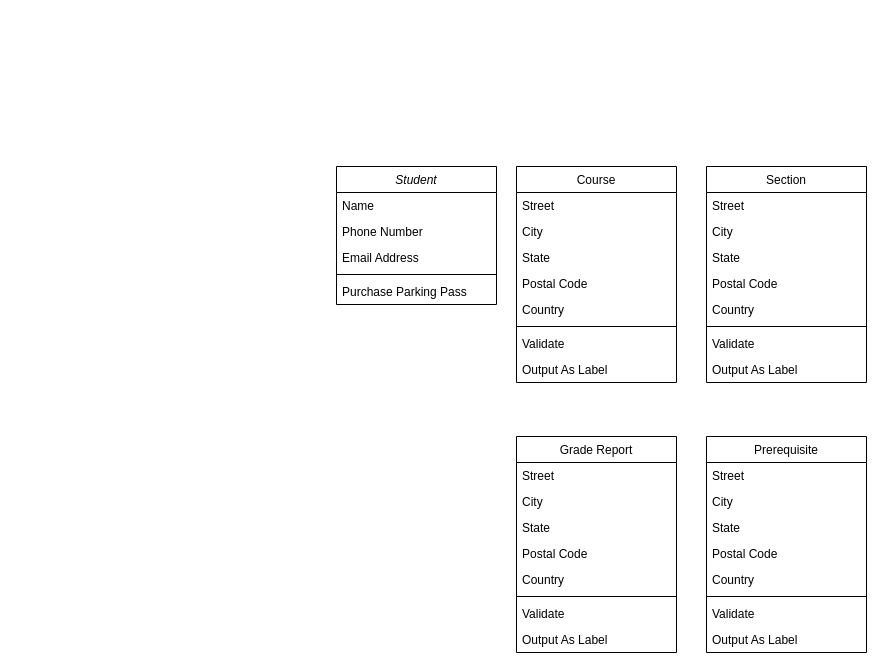
This is Lab One.drawio from seanjedi/comp-163-database-design-class, a draw.io file, before an edit. Source tidied: cells renumbered, new cells numbered last; positions are measured from the earlier drawing's top-left corner, leaving out a move shared by most shapes. Both pictures are drawn from the tidied source at 100%, with x=0, y=0 at pixel (336, 166).
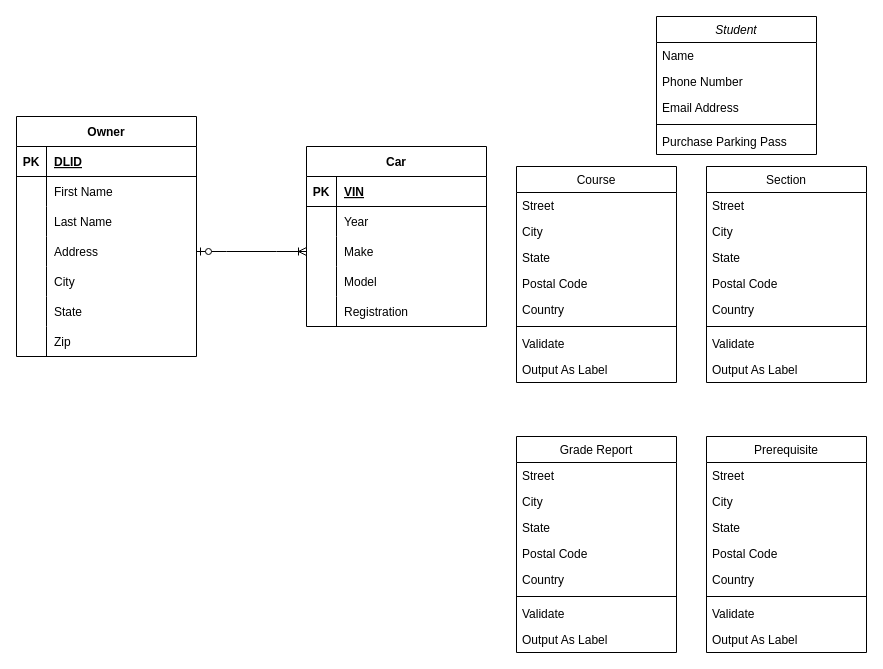
The same page after the edit.

What changed in the source:
```diff
@@
     <mxCell id="2" value="Student" style="swimlane;fontStyle=2;align=center;verticalAlign=top;horizontal=1;startSize=26;rounded=0;shadow=0;strokeWidth=1;" parent="1" vertex="1">
-      <mxGeometry width="160" height="138" as="geometry" />
+      <mxGeometry x="320" y="-150" width="160" height="138" as="geometry" />
     </mxCell>
@@
+    <mxCell id="44" value="Car" style="shape=table;startSize=30;childLayout=tableLayout;rowLines=0;fontStyle=1;align=center;" parent="1" vertex="1">
+      <mxGeometry x="-30" y="-20" width="180" height="180" as="geometry" />
+    </mxCell>
+    <mxCell id="45" style="shape=tableRow;horizontal=0;startSize=0;swimlaneHead=0;swimlaneBody=0;fillColor=none;top=0;left=0;right=0;bottom=1;" parent="44" vertex="1">
+      <mxGeometry y="30" width="180" height="30" as="geometry" />
+    </mxCell>
+    <mxCell id="46" value="PK" style="shape=partialRectangle;fillColor=none;top=0;left=0;bottom=0;right=0;fontStyle=1;overflow=hidden;" parent="45" vertex="1">
+      <mxGeometry width="30" height="30" as="geometry" />
+    </mxCell>
+    <mxCell id="47" value="VIN" style="shape=partialRectangle;fillColor=none;top=0;left=0;bottom=0;right=0;align=left;spacingLeft=6;fontStyle=5;overflow=hidden;" parent="45" vertex="1">
+      <mxGeometry x="30" width="150" height="30" as="geometry" />
+    </mxCell>
+    <mxCell id="48" style="shape=tableRow;horizontal=0;startSize=0;swimlaneHead=0;swimlaneBody=0;fillColor=none;top=0;left=0;right=0;bottom=0;" parent="44" vertex="1">
+      <mxGeometry y="60" width="180" height="30" as="geometry" />
+    </mxCell>
+    <mxCell id="49" style="shape=partialRectangle;fillColor=none;top=0;left=0;bottom=0;right=0;overflow=hidden;" parent="48" vertex="1">
+      <mxGeometry width="30" height="30" as="geometry" />
+    </mxCell>
+    <mxCell id="50" value="Year" style="shape=partialRectangle;fillColor=none;top=0;left=0;bottom=0;right=0;align=left;spacingLeft=6;overflow=hidden;" parent="48" vertex="1">
+      <mxGeometry x="30" width="150" height="30" as="geometry" />
+    </mxCell>
+    <mxCell id="51" style="shape=tableRow;horizontal=0;startSize=0;swimlaneHead=0;swimlaneBody=0;fillColor=none;points=[[0,0.5],[1,0.5]];portConstraint=eastwest;top=0;left=0;right=0;bottom=0;" parent="44" vertex="1">
+      <mxGeometry y="90" width="180" height="30" as="geometry" />
+    </mxCell>
+    <mxCell id="52" style="shape=partialRectangle;fillColor=none;top=0;left=0;bottom=0;right=0;overflow=hidden;" parent="51" vertex="1">
+      <mxGeometry width="30" height="30" as="geometry" />
+    </mxCell>
+    <mxCell id="53" value="Make" style="shape=partialRectangle;fillColor=none;top=0;left=0;bottom=0;right=0;align=left;spacingLeft=6;overflow=hidden;" parent="51" vertex="1">
+      <mxGeometry x="30" width="150" height="30" as="geometry" />
+    </mxCell>
+    <mxCell id="54" style="shape=tableRow;horizontal=0;startSize=0;swimlaneHead=0;swimlaneBody=0;fillColor=none;top=0;left=0;right=0;bottom=0;" parent="44" vertex="1">
+      <mxGeometry y="120" width="180" height="30" as="geometry" />
+    </mxCell>
+    <mxCell id="55" style="shape=partialRectangle;fillColor=none;top=0;left=0;bottom=0;right=0;overflow=hidden;" parent="54" vertex="1">
+      <mxGeometry width="30" height="30" as="geometry" />
+    </mxCell>
+    <mxCell id="56" value="Model" style="shape=partialRectangle;fillColor=none;top=0;left=0;bottom=0;right=0;align=left;spacingLeft=6;overflow=hidden;" parent="54" vertex="1">
+      <mxGeometry x="30" width="150" height="30" as="geometry" />
+    </mxCell>
+    <mxCell id="57" style="shape=tableRow;horizontal=0;startSize=0;swimlaneHead=0;swimlaneBody=0;fillColor=none;top=0;left=0;right=0;bottom=0;" parent="44" vertex="1">
+      <mxGeometry y="150" width="180" height="30" as="geometry" />
+    </mxCell>
+    <mxCell id="58" style="shape=partialRectangle;fillColor=none;top=0;left=0;bottom=0;right=0;overflow=hidden;" parent="57" vertex="1">
+      <mxGeometry width="30" height="30" as="geometry" />
+    </mxCell>
+    <mxCell id="59" value="Registration" style="shape=partialRectangle;fillColor=none;top=0;left=0;bottom=0;right=0;align=left;spacingLeft=6;overflow=hidden;" parent="57" vertex="1">
+      <mxGeometry x="30" width="150" height="30" as="geometry" />
+    </mxCell>
+    <mxCell id="60" value="Owner" style="shape=table;startSize=30;childLayout=tableLayout;rowLines=0;fontStyle=1;align=center;" parent="1" vertex="1">
+      <mxGeometry x="-320" y="-50" width="180" height="240" as="geometry" />
+    </mxCell>
+    <mxCell id="61" style="shape=tableRow;horizontal=0;startSize=0;swimlaneHead=0;swimlaneBody=0;fillColor=none;top=0;left=0;right=0;bottom=1;" parent="60" vertex="1">
+      <mxGeometry y="30" width="180" height="30" as="geometry" />
+    </mxCell>
+    <mxCell id="62" value="PK" style="shape=partialRectangle;fillColor=none;top=0;left=0;bottom=0;right=0;fontStyle=1;overflow=hidden;" parent="61" vertex="1">
+      <mxGeometry width="30" height="30" as="geometry" />
+    </mxCell>
+    <mxCell id="63" value="DLID" style="shape=partialRectangle;fillColor=none;top=0;left=0;bottom=0;right=0;align=left;spacingLeft=6;fontStyle=5;overflow=hidden;" parent="61" vertex="1">
+      <mxGeometry x="30" width="150" height="30" as="geometry" />
+    </mxCell>
+    <mxCell id="64" style="shape=tableRow;horizontal=0;startSize=0;swimlaneHead=0;swimlaneBody=0;fillColor=none;top=0;left=0;right=0;bottom=0;" parent="60" vertex="1">
+      <mxGeometry y="60" width="180" height="30" as="geometry" />
+    </mxCell>
+    <mxCell id="65" style="shape=partialRectangle;fillColor=none;top=0;left=0;bottom=0;right=0;overflow=hidden;" parent="64" vertex="1">
+      <mxGeometry width="30" height="30" as="geometry" />
+    </mxCell>
+    <mxCell id="66" value="First Name" style="shape=partialRectangle;fillColor=none;top=0;left=0;bottom=0;right=0;align=left;spacingLeft=6;overflow=hidden;" parent="64" vertex="1">
+      <mxGeometry x="30" width="150" height="30" as="geometry" />
+    </mxCell>
+    <mxCell id="67" style="shape=tableRow;horizontal=0;startSize=0;swimlaneHead=0;swimlaneBody=0;fillColor=none;top=0;left=0;right=0;bottom=0;" parent="60" vertex="1">
+      <mxGeometry y="90" width="180" height="30" as="geometry" />
+    </mxCell>
+    <mxCell id="68" style="shape=partialRectangle;fillColor=none;top=0;left=0;bottom=0;right=0;overflow=hidden;" parent="67" vertex="1">
+      <mxGeometry width="30" height="30" as="geometry" />
+    </mxCell>
+    <mxCell id="69" value="Last Name" style="shape=partialRectangle;fillColor=none;top=0;left=0;bottom=0;right=0;align=left;spacingLeft=6;overflow=hidden;" parent="67" vertex="1">
+      <mxGeometry x="30" width="150" height="30" as="geometry" />
+    </mxCell>
+    <mxCell id="70" style="shape=tableRow;horizontal=0;startSize=0;swimlaneHead=0;swimlaneBody=0;fillColor=none;points=[[0,0.5],[1,0.5]];portConstraint=eastwest;top=0;left=0;right=0;bottom=0;" parent="60" vertex="1">
+      <mxGeometry y="120" width="180" height="30" as="geometry" />
+    </mxCell>
+    <mxCell id="71" style="shape=partialRectangle;fillColor=none;top=0;left=0;bottom=0;right=0;overflow=hidden;" parent="70" vertex="1">
+      <mxGeometry width="30" height="30" as="geometry" />
+    </mxCell>
+    <mxCell id="72" value="Address" style="shape=partialRectangle;fillColor=none;top=0;left=0;bottom=0;right=0;align=left;spacingLeft=6;overflow=hidden;" parent="70" vertex="1">
+      <mxGeometry x="30" width="150" height="30" as="geometry" />
+    </mxCell>
+    <mxCell id="73" style="shape=tableRow;horizontal=0;startSize=0;swimlaneHead=0;swimlaneBody=0;fillColor=none;top=0;left=0;right=0;bottom=0;" parent="60" vertex="1">
+      <mxGeometry y="150" width="180" height="30" as="geometry" />
+    </mxCell>
+    <mxCell id="74" style="shape=partialRectangle;fillColor=none;top=0;left=0;bottom=0;right=0;overflow=hidden;" parent="73" vertex="1">
+      <mxGeometry width="30" height="30" as="geometry" />
+    </mxCell>
+    <mxCell id="75" value="City" style="shape=partialRectangle;fillColor=none;top=0;left=0;bottom=0;right=0;align=left;spacingLeft=6;overflow=hidden;" parent="73" vertex="1">
+      <mxGeometry x="30" width="150" height="30" as="geometry" />
+    </mxCell>
+    <mxCell id="76" style="shape=tableRow;horizontal=0;startSize=0;swimlaneHead=0;swimlaneBody=0;fillColor=none;top=0;left=0;right=0;bottom=0;" parent="60" vertex="1">
+      <mxGeometry y="180" width="180" height="30" as="geometry" />
+    </mxCell>
+    <mxCell id="77" style="shape=partialRectangle;fillColor=none;top=0;left=0;bottom=0;right=0;overflow=hidden;" parent="76" vertex="1">
+      <mxGeometry width="30" height="30" as="geometry" />
+    </mxCell>
+    <mxCell id="78" value="State" style="shape=partialRectangle;fillColor=none;top=0;left=0;bottom=0;right=0;align=left;spacingLeft=6;overflow=hidden;" parent="76" vertex="1">
+      <mxGeometry x="30" width="150" height="30" as="geometry" />
+    </mxCell>
+    <mxCell id="79" style="shape=tableRow;horizontal=0;startSize=0;swimlaneHead=0;swimlaneBody=0;fillColor=none;top=0;left=0;right=0;bottom=0;" parent="60" vertex="1">
+      <mxGeometry y="210" width="180" height="30" as="geometry" />
+    </mxCell>
+    <mxCell id="80" style="shape=partialRectangle;fillColor=none;top=0;left=0;bottom=0;right=0;overflow=hidden;" parent="79" vertex="1">
+      <mxGeometry width="30" height="30" as="geometry" />
+    </mxCell>
+    <mxCell id="81" value="Zip" style="shape=partialRectangle;fillColor=none;top=0;left=0;bottom=0;right=0;align=left;spacingLeft=6;overflow=hidden;" parent="79" vertex="1">
+      <mxGeometry x="30" width="150" height="30" as="geometry" />
+    </mxCell>
+    <mxCell id="82" style="edgeStyle=entityRelationEdgeStyle;fontSize=12;html=1;endArrow=ERoneToMany;startArrow=ERzeroToOne;rounded=0;exitX=1;exitY=0.5;exitDx=0;exitDy=0;entryX=0;entryY=0.5;entryDx=0;entryDy=0;" parent="1" edge="1" source="70" target="51">
+      <mxGeometry relative="1" as="geometry" />
+    </mxCell>
```
